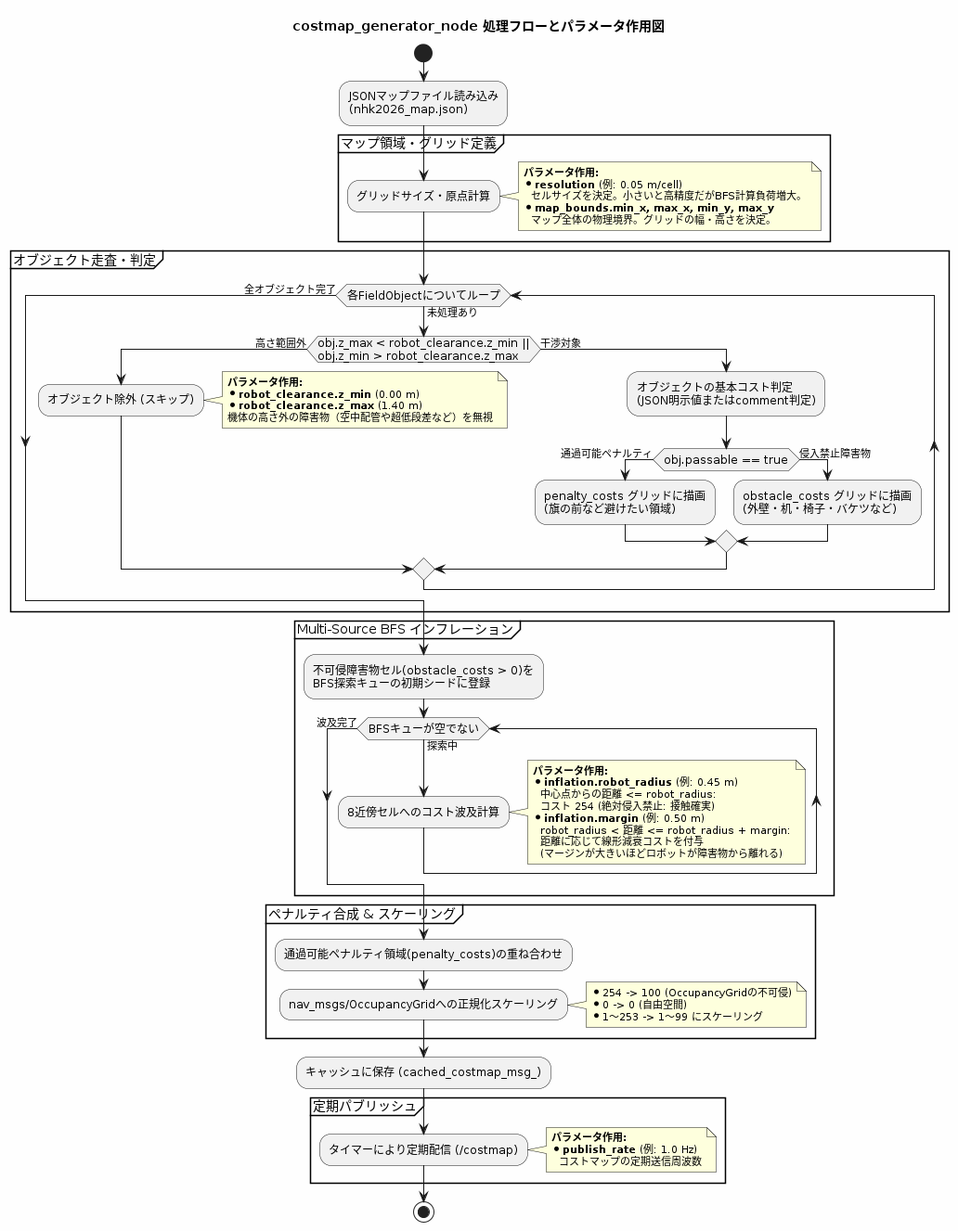
The PlantUML diagram docs/costmap_generator_flow.png in tmcit-ararobo-2026a/gn10-navigation, before a commit.
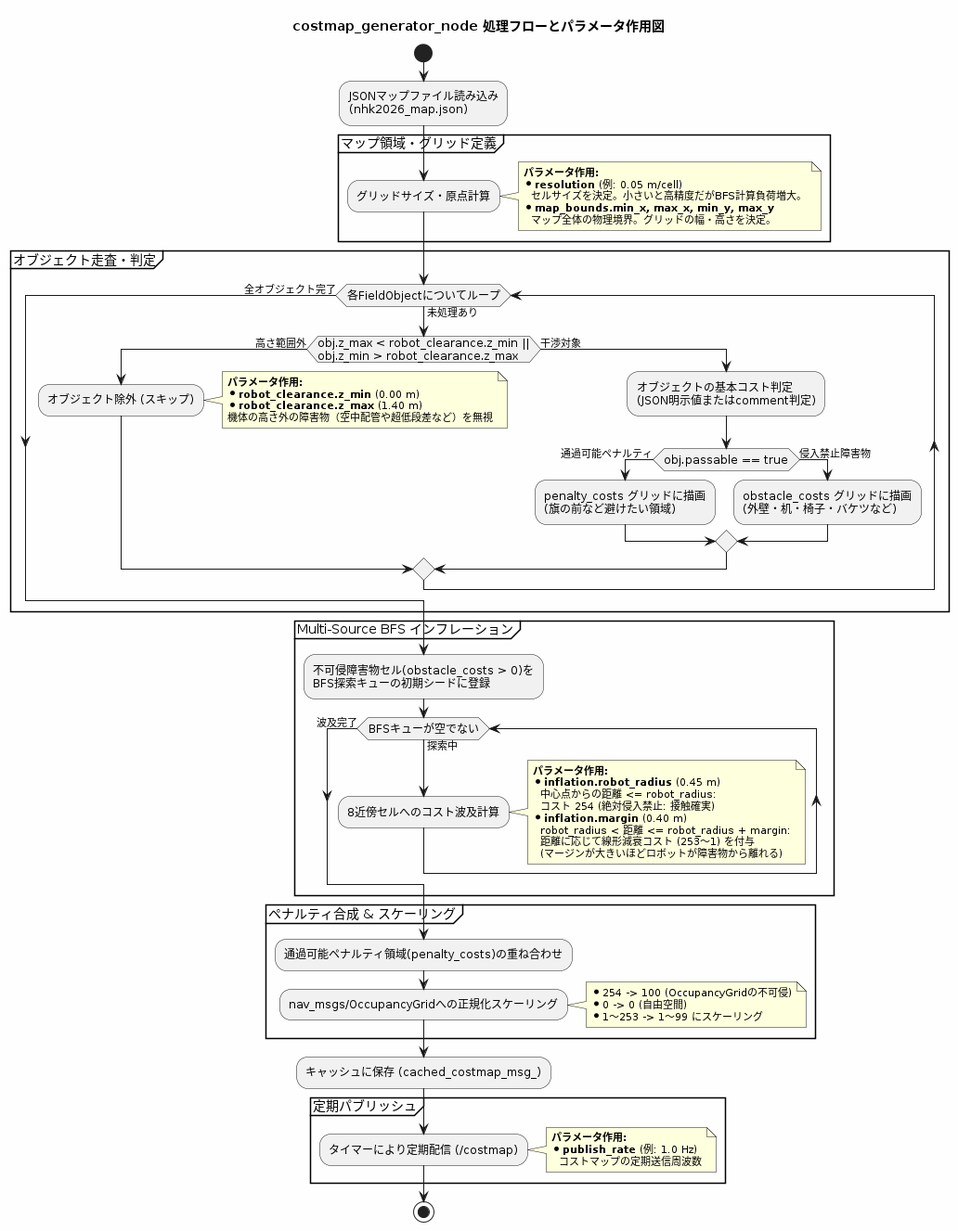
The same diagram one commit later.

The edit, as a diff of the source:
```diff
@@ -48,12 +48,12 @@
         :8近傍セルへのコスト波及計算;
         note right
           <b>パラメータ作用:</b>
-          * <b>inflation.robot_radius</b> (例: 0.45 m)
+          * <b>inflation.robot_radius</b> (0.45 m)
             中心点からの距離 <= robot_radius:
             コスト 254 (絶対侵入禁止: 接触確実)
-          * <b>inflation.margin</b> (例: 0.50 m)
+          * <b>inflation.margin</b> (0.40 m)
             robot_radius < 距離 <= robot_radius + margin:
-            距離に応じて線形減衰コストを付与
+            距離に応じて線形減衰コスト (253〜1) を付与
             (マージンが大きいほどロボットが障害物から離れる)
         end note
     endwhile (波及完了)
```
